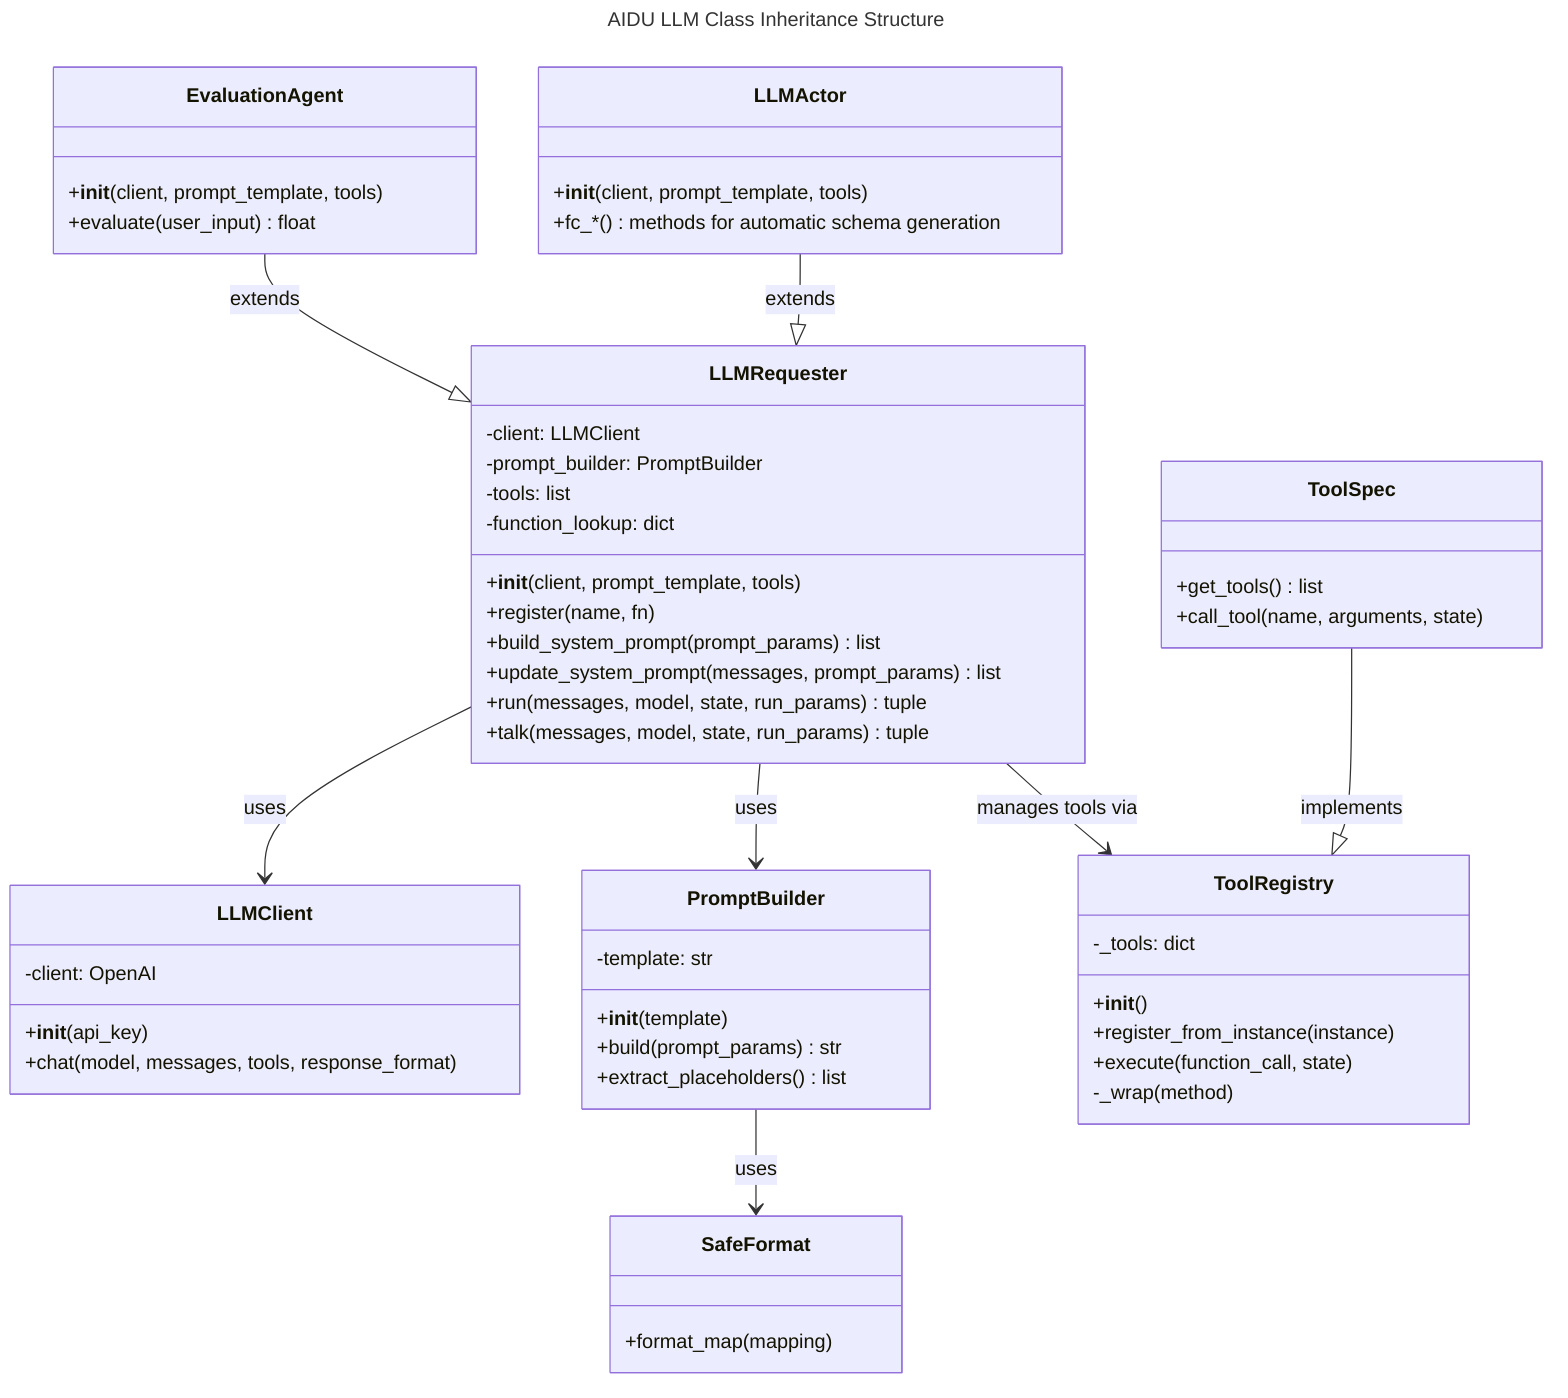
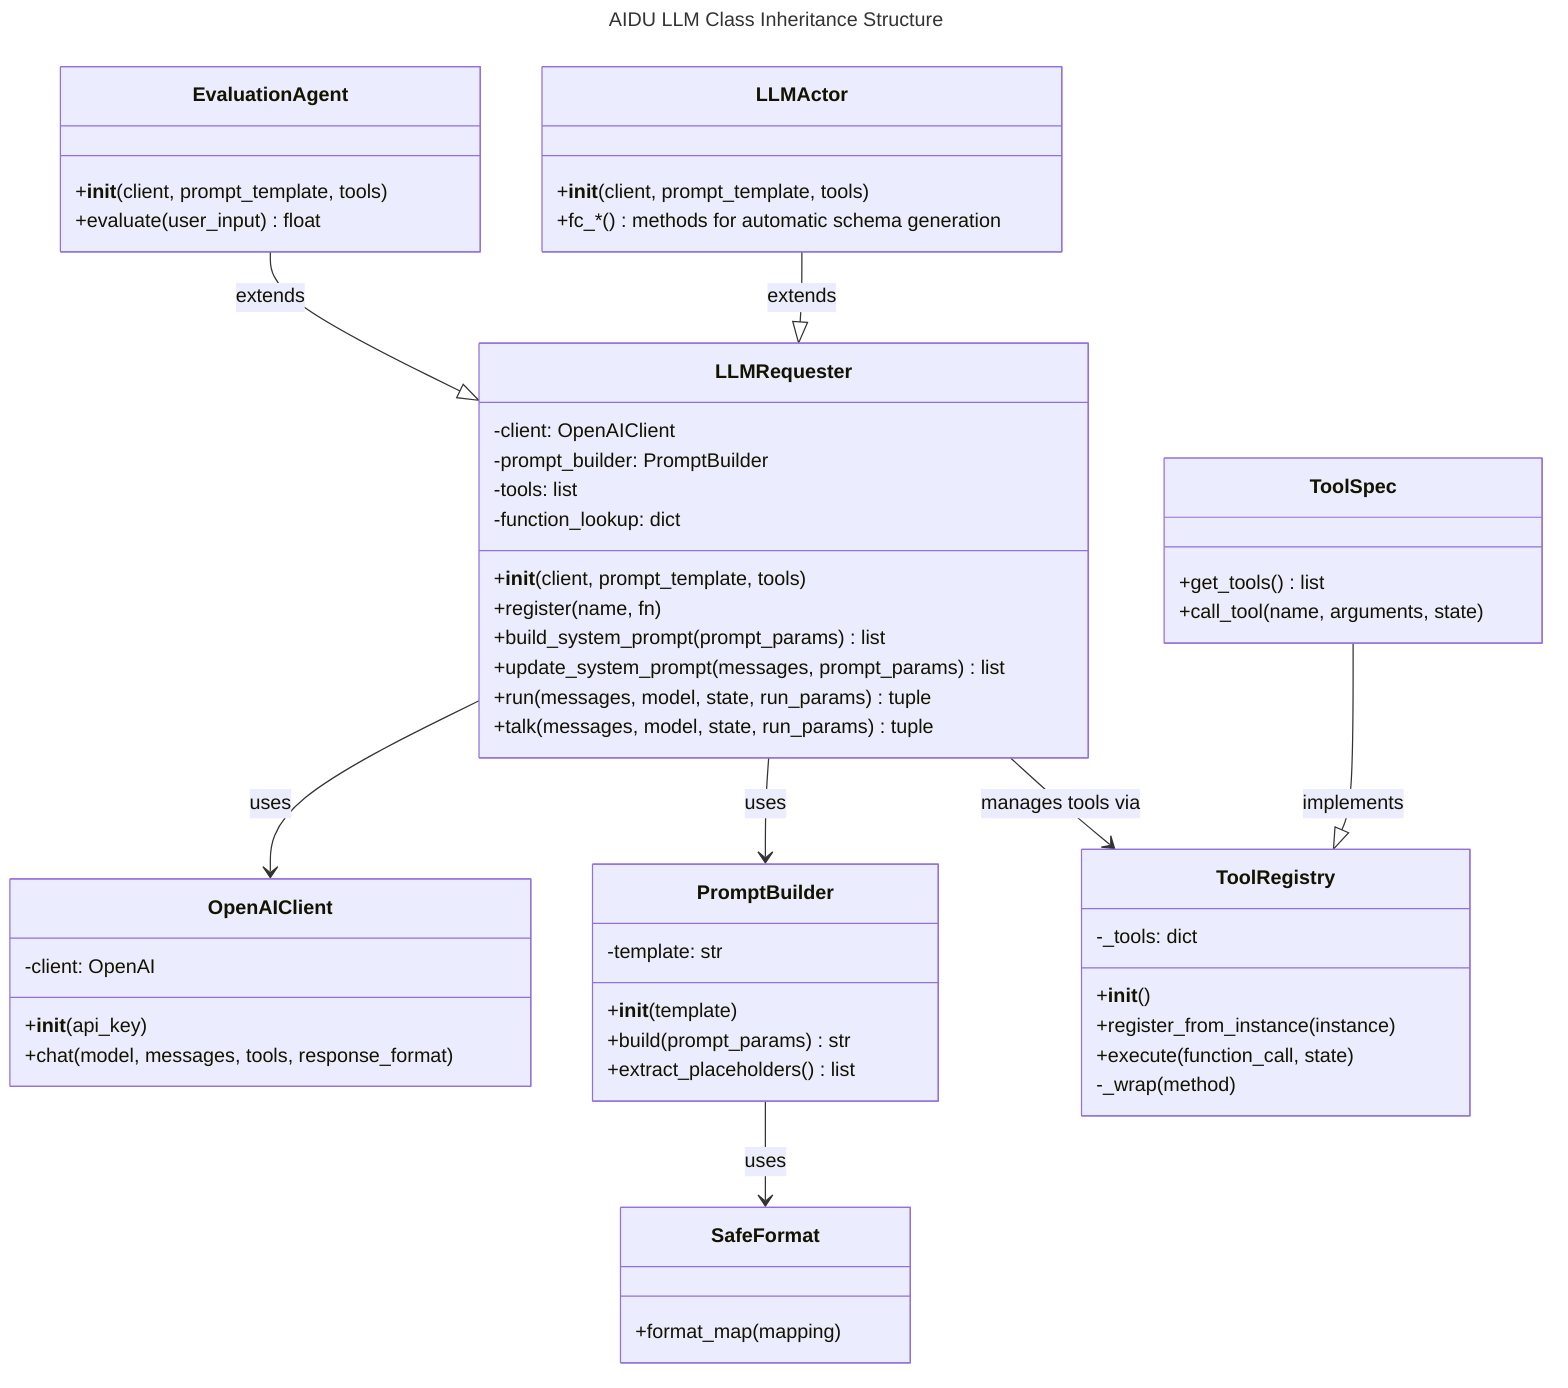
---
title: AIDU LLM Class Inheritance Structure
---
classDiagram
-     class LLMClient {
+     class OpenAIClient {
        -client: OpenAI
        +__init__(api_key)
        +chat(model, messages, tools, response_format)
    }

    class PromptBuilder {
        -template: str
        +__init__(template)
        +build(prompt_params) str
        +extract_placeholders() list
    }

    class SafeFormat {
        +format_map(mapping)
    }

    class ToolRegistry {
        -_tools: dict
        +__init__()
        +register_from_instance(instance)
        +execute(function_call, state)
        -_wrap(method)
    }

    class ToolSpec {
        +get_tools() list
        +call_tool(name, arguments, state)
    }

    class LLMRequester {
-         -client: LLMClient
+         -client: OpenAIClient
        -prompt_builder: PromptBuilder
        -tools: list
        -function_lookup: dict
        +__init__(client, prompt_template, tools)
        +register(name, fn)
        +build_system_prompt(prompt_params) list
        +update_system_prompt(messages, prompt_params) list
        +run(messages, model, state, run_params) tuple
        +talk(messages, model, state, run_params) tuple
    }

    class EvaluationAgent {
        +__init__(client, prompt_template, tools)
        +evaluate(user_input) float
    }

    class LLMActor {
        +__init__(client, prompt_template, tools)
        +fc_*() methods for automatic schema generation
    }

    %% Relationships
-     LLMRequester --> LLMClient : uses
+     LLMRequester --> OpenAIClient : uses
    LLMRequester --> PromptBuilder : uses
    LLMRequester --> ToolRegistry : manages tools via
    PromptBuilder --> SafeFormat : uses

    EvaluationAgent --|> LLMRequester : extends
    LLMActor --|> LLMRequester : extends

    ToolSpec --|> ToolRegistry : implements
